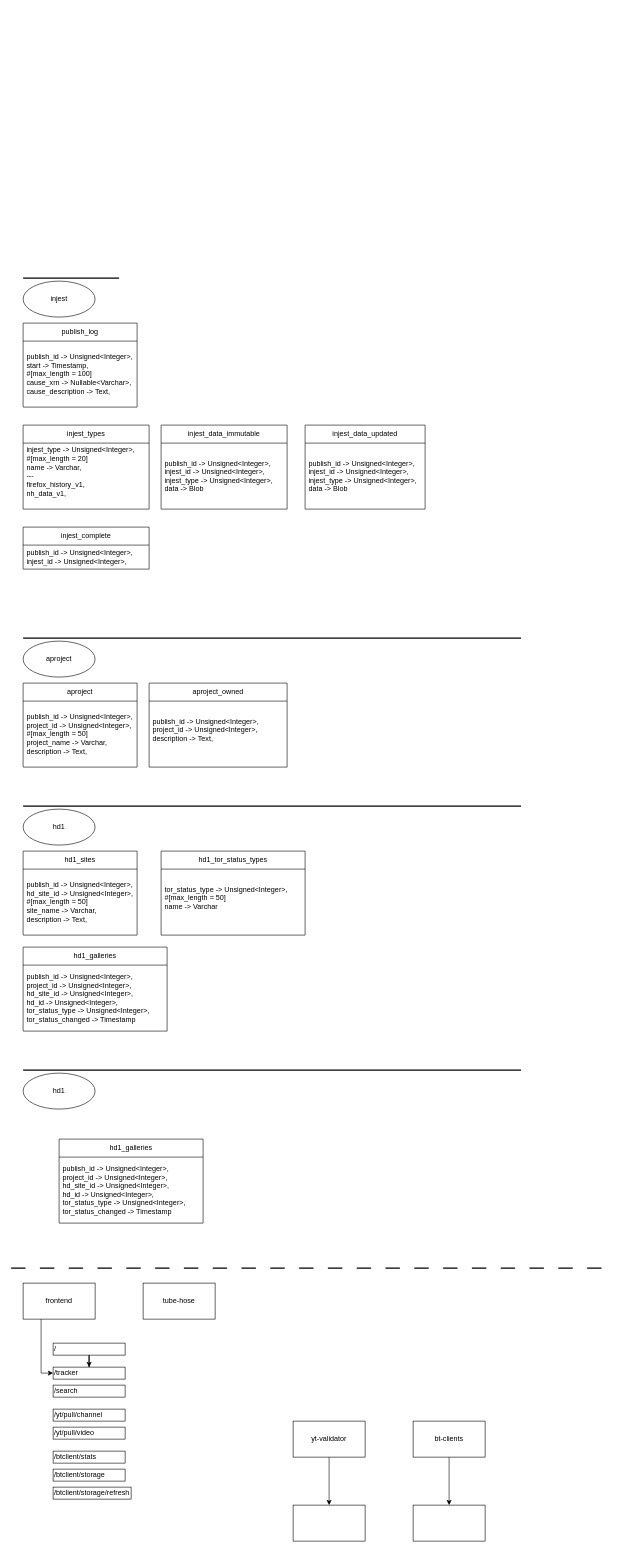
Earlier version of the draw.io diagram shiori.drawio (TheLQ/tako-diagrams). Source tidied: cells renumbered, new cells numbered last; positions are measured from the earlier drawing's top-left corner, leaving out a move shared by most shapes. Both pictures are drawn from the tidied source at 60%, with x=0, y=0 at pixel (11, 275).
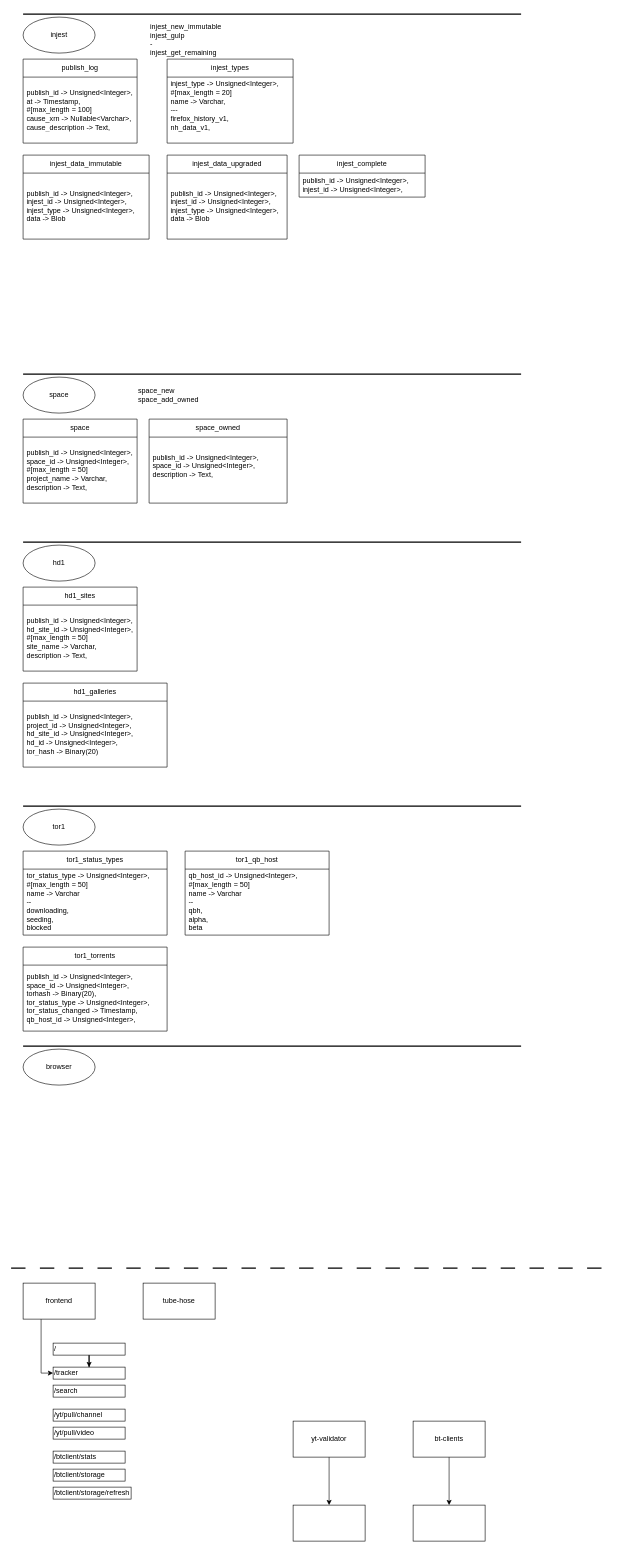
After the change.

Diff of the diagram source:
```diff
@@
     <mxCell id="21" value="injest" style="ellipse;whiteSpace=wrap;html=1;" parent="1" vertex="1">
-      <mxGeometry x="20" y="10" width="120" height="60" as="geometry" />
+      <mxGeometry x="20" y="-430" width="120" height="60" as="geometry" />
     </mxCell>
-    <mxCell id="22" style="line;strokeWidth=2;html=1;" parent="1" vertex="1">
-      <mxGeometry x="20" width="160" height="10" as="geometry" />
-    </mxCell>
-    <mxCell id="23" value="aproject" style="swimlane;fontStyle=0;horizontal=1;startSize=30;whiteSpace=wrap;html=1;" parent="1" vertex="1">
-      <mxGeometry x="20" y="680" width="190" height="140" as="geometry" />
+    <mxCell id="23" value="space" style="swimlane;fontStyle=0;horizontal=1;startSize=30;whiteSpace=wrap;html=1;" parent="1" vertex="1">
+      <mxGeometry x="20" y="240" width="190" height="140" as="geometry" />
     </mxCell>
-    <mxCell id="24" value="&lt;div&gt;&lt;div&gt;publish_id&amp;nbsp;-&amp;gt; Unsigned&amp;lt;Integer&amp;gt;,&lt;/div&gt;&lt;/div&gt;&lt;div&gt;project_id -&amp;gt; Unsigned&amp;lt;Integer&amp;gt;,&lt;/div&gt;&lt;div&gt;#[max_length = 50]&lt;/div&gt;project_name -&amp;gt; Varchar,&lt;br&gt;description -&amp;gt; Text," style="text;strokeColor=none;fillColor=none;align=left;verticalAlign=middle;spacingLeft=4;spacingRight=4;overflow=hidden;whiteSpace=wrap;html=1;" parent="23" vertex="1">
+    <mxCell id="24" value="&lt;div&gt;&lt;div&gt;publish_id&amp;nbsp;-&amp;gt; Unsigned&amp;lt;Integer&amp;gt;,&lt;/div&gt;&lt;/div&gt;&lt;div&gt;space_id -&amp;gt; Unsigned&amp;lt;Integer&amp;gt;,&lt;/div&gt;&lt;div&gt;#[max_length = 50]&lt;/div&gt;project_name -&amp;gt; Varchar,&lt;br&gt;description -&amp;gt; Text," style="text;strokeColor=none;fillColor=none;align=left;verticalAlign=middle;spacingLeft=4;spacingRight=4;overflow=hidden;whiteSpace=wrap;html=1;" parent="23" vertex="1">
       <mxGeometry y="30" width="190" height="110" as="geometry" />
     </mxCell>
-    <mxCell id="25" value="aproject_owned" style="swimlane;fontStyle=0;horizontal=1;startSize=30;whiteSpace=wrap;html=1;" parent="1" vertex="1">
-      <mxGeometry x="230" y="680" width="230" height="140" as="geometry" />
+    <mxCell id="25" value="space_owned" style="swimlane;fontStyle=0;horizontal=1;startSize=30;whiteSpace=wrap;html=1;" parent="1" vertex="1">
+      <mxGeometry x="230" y="240" width="230" height="140" as="geometry" />
     </mxCell>
-    <mxCell id="26" value="&lt;div&gt;publish_id&amp;nbsp;-&amp;gt; Unsigned&amp;lt;Integer&amp;gt;,&lt;/div&gt;&lt;div&gt;project_id -&amp;gt; Unsigned&amp;lt;Integer&amp;gt;,&lt;/div&gt;description -&amp;gt; Text,&lt;br&gt;&lt;div&gt;&lt;br&gt;&lt;/div&gt;" style="text;strokeColor=none;fillColor=none;align=left;verticalAlign=middle;spacingLeft=4;spacingRight=4;overflow=hidden;whiteSpace=wrap;html=1;" parent="25" vertex="1">
+    <mxCell id="26" value="&lt;div&gt;publish_id&amp;nbsp;-&amp;gt; Unsigned&amp;lt;Integer&amp;gt;,&lt;/div&gt;&lt;div&gt;space_id -&amp;gt; Unsigned&amp;lt;Integer&amp;gt;,&lt;/div&gt;description -&amp;gt; Text,&lt;br&gt;&lt;div&gt;&lt;br&gt;&lt;/div&gt;" style="text;strokeColor=none;fillColor=none;align=left;verticalAlign=middle;spacingLeft=4;spacingRight=4;overflow=hidden;whiteSpace=wrap;html=1;" parent="25" vertex="1">
       <mxGeometry y="30" width="230" height="110" as="geometry" />
     </mxCell>
     <mxCell id="27" value="publish_log" style="swimlane;fontStyle=0;horizontal=1;startSize=30;whiteSpace=wrap;html=1;" parent="1" vertex="1">
-      <mxGeometry x="20" y="80" width="190" height="140" as="geometry" />
+      <mxGeometry x="20" y="-360" width="190" height="140" as="geometry" />
     </mxCell>
-    <mxCell id="28" value="&lt;div&gt;publish_id&amp;nbsp;-&amp;gt; Unsigned&amp;lt;Integer&amp;gt;,&lt;/div&gt;&lt;div&gt;start -&amp;gt; Timestamp,&lt;/div&gt;&lt;div&gt;#[max_length = 100]&lt;/div&gt;&lt;div&gt;cause_xrn -&amp;gt; Nullable&amp;lt;Varchar&amp;gt;,&lt;/div&gt;&lt;div&gt;cause_description -&amp;gt; Text,&lt;/div&gt;" style="text;strokeColor=none;fillColor=none;align=left;verticalAlign=middle;spacingLeft=4;spacingRight=4;overflow=hidden;whiteSpace=wrap;html=1;" parent="27" vertex="1">
+    <mxCell id="28" value="&lt;div&gt;publish_id&amp;nbsp;-&amp;gt; Unsigned&amp;lt;Integer&amp;gt;,&lt;/div&gt;&lt;div&gt;at -&amp;gt; Timestamp,&lt;/div&gt;&lt;div&gt;#[max_length = 100]&lt;/div&gt;&lt;div&gt;cause_xrn -&amp;gt; Nullable&amp;lt;Varchar&amp;gt;,&lt;/div&gt;&lt;div&gt;cause_description -&amp;gt; Text,&lt;/div&gt;" style="text;strokeColor=none;fillColor=none;align=left;verticalAlign=middle;spacingLeft=4;spacingRight=4;overflow=hidden;whiteSpace=wrap;html=1;" parent="27" vertex="1">
       <mxGeometry y="30" width="190" height="110" as="geometry" />
     </mxCell>
     <mxCell id="29" value="injest_data_immutable" style="swimlane;fontStyle=0;horizontal=1;startSize=30;whiteSpace=wrap;html=1;" parent="1" vertex="1">
-      <mxGeometry x="250" y="250" width="210" height="140" as="geometry" />
+      <mxGeometry x="20" y="-200" width="210" height="140" as="geometry" />
     </mxCell>
@@
-    <mxCell id="31" value="injest_data_updated" style="swimlane;fontStyle=0;horizontal=1;startSize=30;whiteSpace=wrap;html=1;" parent="1" vertex="1">
-      <mxGeometry x="490" y="250" width="200" height="140" as="geometry" />
+    <mxCell id="31" value="injest_data_upgraded" style="swimlane;fontStyle=0;horizontal=1;startSize=30;whiteSpace=wrap;html=1;" parent="1" vertex="1">
+      <mxGeometry x="260" y="-200" width="200" height="140" as="geometry" />
     </mxCell>
@@
     <mxCell id="33" value="injest_types" style="swimlane;fontStyle=0;horizontal=1;startSize=30;whiteSpace=wrap;html=1;" parent="1" vertex="1">
-      <mxGeometry x="20" y="250" width="210" height="140" as="geometry" />
+      <mxGeometry x="260" y="-360" width="210" height="140" as="geometry" />
     </mxCell>
@@
     <mxCell id="35" style="line;strokeWidth=2;html=1;" parent="1" vertex="1">
-      <mxGeometry x="20" y="600" width="830" height="10" as="geometry" />
+      <mxGeometry x="20" y="160" width="830" height="10" as="geometry" />
     </mxCell>
-    <mxCell id="36" value="aproject" style="ellipse;whiteSpace=wrap;html=1;" parent="1" vertex="1">
-      <mxGeometry x="20" y="610" width="120" height="60" as="geometry" />
+    <mxCell id="36" value="space" style="ellipse;whiteSpace=wrap;html=1;" parent="1" vertex="1">
+      <mxGeometry x="20" y="170" width="120" height="60" as="geometry" />
     </mxCell>
     <mxCell id="37" style="line;strokeWidth=2;html=1;" parent="1" vertex="1">
-      <mxGeometry x="20" y="880" width="830" height="10" as="geometry" />
+      <mxGeometry x="20" y="440" width="830" height="10" as="geometry" />
     </mxCell>
     <mxCell id="38" value="hd1" style="ellipse;whiteSpace=wrap;html=1;" parent="1" vertex="1">
-      <mxGeometry x="20" y="890" width="120" height="60" as="geometry" />
+      <mxGeometry x="20" y="450" width="120" height="60" as="geometry" />
     </mxCell>
     <mxCell id="39" value="hd1_galleries" style="swimlane;fontStyle=0;horizontal=1;startSize=30;whiteSpace=wrap;html=1;" parent="1" vertex="1">
-      <mxGeometry x="20" y="1120" width="240" height="140" as="geometry" />
+      <mxGeometry x="20" y="680" width="240" height="140" as="geometry" />
     </mxCell>
-    <mxCell id="40" value="&lt;div&gt;&lt;div&gt;publish_id&amp;nbsp;-&amp;gt; Unsigned&amp;lt;Integer&amp;gt;,&lt;/div&gt;&lt;div&gt;project_id -&amp;gt; Unsigned&amp;lt;Integer&amp;gt;,&lt;/div&gt;&lt;/div&gt;&lt;div&gt;&lt;div&gt;hd_site_id -&amp;gt; Unsigned&amp;lt;Integer&amp;gt;,&lt;/div&gt;&lt;/div&gt;&lt;div&gt;hd_id -&amp;gt; Unsigned&amp;lt;Integer&amp;gt;,&lt;/div&gt;&lt;div&gt;&lt;div&gt;tor_status_type -&amp;gt; Unsigned&amp;lt;Integer&amp;gt;,&lt;/div&gt;&lt;/div&gt;&lt;div&gt;tor_status_changed -&amp;gt; Timestamp&lt;/div&gt;" style="text;strokeColor=none;fillColor=none;align=left;verticalAlign=middle;spacingLeft=4;spacingRight=4;overflow=hidden;whiteSpace=wrap;html=1;" parent="39" vertex="1">
+    <mxCell id="40" value="&lt;div&gt;&lt;div&gt;publish_id&amp;nbsp;-&amp;gt; Unsigned&amp;lt;Integer&amp;gt;,&lt;/div&gt;&lt;div&gt;project_id -&amp;gt; Unsigned&amp;lt;Integer&amp;gt;,&lt;/div&gt;&lt;/div&gt;&lt;div&gt;&lt;div&gt;hd_site_id -&amp;gt; Unsigned&amp;lt;Integer&amp;gt;,&lt;/div&gt;&lt;/div&gt;&lt;div&gt;hd_id -&amp;gt; Unsigned&amp;lt;Integer&amp;gt;,&lt;/div&gt;tor_hash -&amp;gt; Binary(20)" style="text;strokeColor=none;fillColor=none;align=left;verticalAlign=middle;spacingLeft=4;spacingRight=4;overflow=hidden;whiteSpace=wrap;html=1;" parent="39" vertex="1">
       <mxGeometry y="30" width="240" height="110" as="geometry" />
     </mxCell>
     <mxCell id="41" value="hd1_sites" style="swimlane;fontStyle=0;horizontal=1;startSize=30;whiteSpace=wrap;html=1;" parent="1" vertex="1">
-      <mxGeometry x="20" y="960" width="190" height="140" as="geometry" />
+      <mxGeometry x="20" y="520" width="190" height="140" as="geometry" />
     </mxCell>
@@
-    <mxCell id="43" value="hd1_tor_status_types" style="swimlane;fontStyle=0;horizontal=1;startSize=30;whiteSpace=wrap;html=1;" parent="1" vertex="1">
-      <mxGeometry x="250" y="960" width="240" height="140" as="geometry" />
+    <mxCell id="43" value="tor1_status_types" style="swimlane;fontStyle=0;horizontal=1;startSize=30;whiteSpace=wrap;html=1;" parent="1" vertex="1">
+      <mxGeometry x="20" y="960" width="240" height="140" as="geometry" />
     </mxCell>
-    <mxCell id="44" value="&lt;div&gt;&lt;div&gt;tor_status_type -&amp;gt; Unsigned&amp;lt;Integer&amp;gt;,&lt;/div&gt;&lt;div&gt;#[max_length = 50]&lt;/div&gt;&lt;div&gt;name -&amp;gt; Varchar&lt;/div&gt;&lt;br&gt;&lt;/div&gt;" style="text;strokeColor=none;fillColor=none;align=left;verticalAlign=middle;spacingLeft=4;spacingRight=4;overflow=hidden;whiteSpace=wrap;html=1;" parent="43" vertex="1">
+    <mxCell id="44" value="&lt;div&gt;&lt;div&gt;tor_status_type -&amp;gt; Unsigned&amp;lt;Integer&amp;gt;,&lt;/div&gt;&lt;div&gt;#[max_length = 50]&lt;/div&gt;&lt;div&gt;name -&amp;gt; Varchar&lt;/div&gt;--&lt;/div&gt;&lt;div&gt;downloading,&lt;/div&gt;&lt;div&gt;seeding,&lt;/div&gt;&lt;div&gt;blocked&lt;/div&gt;" style="text;strokeColor=none;fillColor=none;align=left;verticalAlign=middle;spacingLeft=4;spacingRight=4;overflow=hidden;whiteSpace=wrap;html=1;" parent="43" vertex="1">
       <mxGeometry y="30" width="240" height="110" as="geometry" />
     </mxCell>
     <mxCell id="45" value="injest_complete" style="swimlane;fontStyle=0;horizontal=1;startSize=30;whiteSpace=wrap;html=1;" parent="1" vertex="1">
-      <mxGeometry x="20" y="420" width="210" height="70" as="geometry" />
+      <mxGeometry x="480" y="-200" width="210" height="70" as="geometry" />
     </mxCell>
@@
     <mxCell id="47" style="line;strokeWidth=2;html=1;" parent="1" vertex="1">
-      <mxGeometry x="20" y="1320" width="830" height="10" as="geometry" />
+      <mxGeometry x="20" y="880" width="830" height="10" as="geometry" />
     </mxCell>
-    <mxCell id="48" value="hd1" style="ellipse;whiteSpace=wrap;html=1;" parent="1" vertex="1">
-      <mxGeometry x="20" y="1330" width="120" height="60" as="geometry" />
+    <mxCell id="48" value="tor1" style="ellipse;whiteSpace=wrap;html=1;" parent="1" vertex="1">
+      <mxGeometry x="20" y="890" width="120" height="60" as="geometry" />
     </mxCell>
-    <mxCell id="49" value="hd1_galleries" style="swimlane;fontStyle=0;horizontal=1;startSize=30;whiteSpace=wrap;html=1;" parent="1" vertex="1">
-      <mxGeometry x="80" y="1440" width="240" height="140" as="geometry" />
+    <mxCell id="49" value="tor1_torrents" style="swimlane;fontStyle=0;horizontal=1;startSize=30;whiteSpace=wrap;html=1;" parent="1" vertex="1">
+      <mxGeometry x="20" y="1120" width="240" height="140" as="geometry" />
     </mxCell>
-    <mxCell id="50" value="&lt;div&gt;&lt;div&gt;publish_id&amp;nbsp;-&amp;gt; Unsigned&amp;lt;Integer&amp;gt;,&lt;/div&gt;&lt;div&gt;project_id -&amp;gt; Unsigned&amp;lt;Integer&amp;gt;,&lt;/div&gt;&lt;/div&gt;&lt;div&gt;&lt;div&gt;hd_site_id -&amp;gt; Unsigned&amp;lt;Integer&amp;gt;,&lt;/div&gt;&lt;/div&gt;&lt;div&gt;hd_id -&amp;gt; Unsigned&amp;lt;Integer&amp;gt;,&lt;/div&gt;&lt;div&gt;&lt;div&gt;tor_status_type -&amp;gt; Unsigned&amp;lt;Integer&amp;gt;,&lt;/div&gt;&lt;/div&gt;&lt;div&gt;tor_status_changed -&amp;gt; Timestamp&lt;/div&gt;" style="text;strokeColor=none;fillColor=none;align=left;verticalAlign=middle;spacingLeft=4;spacingRight=4;overflow=hidden;whiteSpace=wrap;html=1;" parent="49" vertex="1">
+    <mxCell id="50" value="&lt;div&gt;&lt;div&gt;publish_id&amp;nbsp;-&amp;gt; Unsigned&amp;lt;Integer&amp;gt;,&lt;/div&gt;&lt;div&gt;space_id -&amp;gt; Unsigned&amp;lt;Integer&amp;gt;,&lt;/div&gt;&lt;/div&gt;&lt;div&gt;torhash -&amp;gt; Binary(20),&lt;/div&gt;&lt;div&gt;&lt;div&gt;tor_status_type -&amp;gt; Unsigned&amp;lt;Integer&amp;gt;,&lt;/div&gt;&lt;/div&gt;&lt;div&gt;tor_status_changed -&amp;gt; Timestamp,&lt;/div&gt;&lt;div&gt;qb_host_id -&amp;gt; Unsigned&amp;lt;Integer&amp;gt;,&lt;/div&gt;" style="text;strokeColor=none;fillColor=none;align=left;verticalAlign=middle;spacingLeft=4;spacingRight=4;overflow=hidden;whiteSpace=wrap;html=1;" parent="49" vertex="1">
       <mxGeometry y="30" width="240" height="110" as="geometry" />
     </mxCell>
+    <mxCell id="51" value="tor1_qb_host" style="swimlane;fontStyle=0;horizontal=1;startSize=30;whiteSpace=wrap;html=1;" parent="1" vertex="1">
+      <mxGeometry x="290" y="960" width="240" height="140" as="geometry" />
+    </mxCell>
+    <mxCell id="52" value="&lt;div&gt;&lt;div&gt;qb_host_id&amp;nbsp;-&amp;gt; Unsigned&amp;lt;Integer&amp;gt;,&lt;/div&gt;&lt;div&gt;#[max_length = 50]&lt;/div&gt;&lt;div&gt;name -&amp;gt; Varchar&lt;/div&gt;--&lt;/div&gt;&lt;div&gt;qbh,&lt;/div&gt;&lt;div&gt;alpha,&lt;/div&gt;&lt;div&gt;beta&lt;/div&gt;" style="text;strokeColor=none;fillColor=none;align=left;verticalAlign=middle;spacingLeft=4;spacingRight=4;overflow=hidden;whiteSpace=wrap;html=1;" parent="51" vertex="1">
+      <mxGeometry y="30" width="240" height="110" as="geometry" />
+    </mxCell>
+    <mxCell id="53" value="&lt;div align=&quot;left&quot;&gt;injest_new_immutable&lt;/div&gt;&lt;div align=&quot;left&quot;&gt;injest_gulp&lt;/div&gt;&lt;div align=&quot;left&quot;&gt;-&lt;/div&gt;&lt;div align=&quot;left&quot;&gt;injest_get_remaining&lt;/div&gt;&lt;div align=&quot;left&quot;&gt;&lt;br&gt;&lt;/div&gt;" style="text;html=1;whiteSpace=wrap;strokeColor=none;fillColor=none;align=left;verticalAlign=middle;rounded=0;" parent="1" vertex="1">
+      <mxGeometry x="230" y="-420" width="240" height="70" as="geometry" />
+    </mxCell>
+    <mxCell id="54" style="line;strokeWidth=2;html=1;" parent="1" vertex="1">
+      <mxGeometry x="20" y="-440" width="830" height="10" as="geometry" />
+    </mxCell>
+    <mxCell id="55" value="&lt;div&gt;space_new&lt;/div&gt;&lt;div&gt;space_add_owned&lt;/div&gt;" style="text;html=1;whiteSpace=wrap;strokeColor=none;fillColor=none;align=left;verticalAlign=middle;rounded=0;" parent="1" vertex="1">
+      <mxGeometry x="210" y="165" width="240" height="70" as="geometry" />
+    </mxCell>
+    <mxCell id="56" style="line;strokeWidth=2;html=1;" parent="1" vertex="1">
+      <mxGeometry x="20" y="1280" width="830" height="10" as="geometry" />
+    </mxCell>
+    <mxCell id="57" value="browser" style="ellipse;whiteSpace=wrap;html=1;" parent="1" vertex="1">
+      <mxGeometry x="20" y="1290" width="120" height="60" as="geometry" />
+    </mxCell>
```
